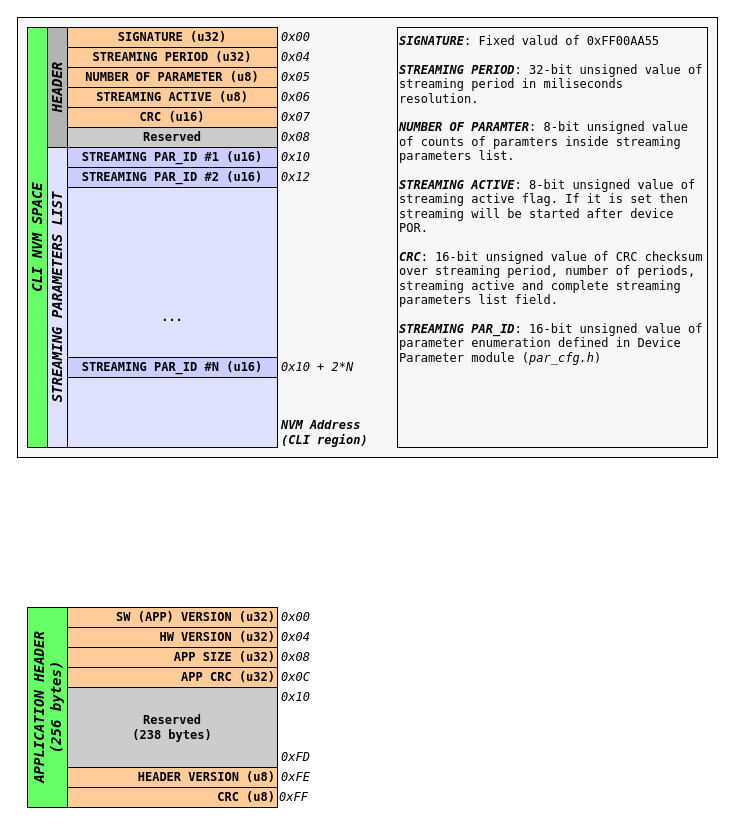
This is doc/Revision_drawings.drawio from GeneralEmbeddedCLibraries/revision, a draw.io file, before an edit. Source tidied: cells renumbered, new cells numbered last; positions are measured from the earlier drawing's top-left corner, leaving out a move shared by most shapes. Both pictures are drawn from the tidied source at 100%, with x=0, y=0 at pixel (17, 17).
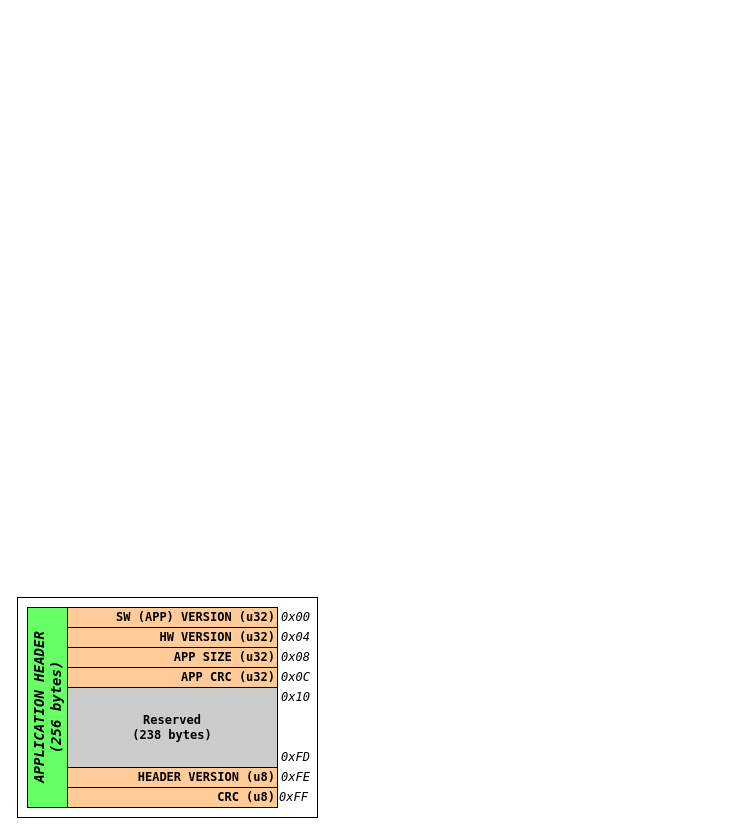
The same diagram, later.

Change to the diagram source:
```diff
@@
-    <mxCell id="2" style="rounded=0;whiteSpace=wrap;html=1;fillColor=#F7F7F7;fontFamily=Lucida Console;" parent="1" vertex="1">
-      <mxGeometry width="700" height="440" as="geometry" />
-    </mxCell>
-    <mxCell id="3" style="rounded=0;whiteSpace=wrap;html=1;strokeWidth=1;fontStyle=1;fontFamily=Lucida Console;" parent="1" vertex="1">
-      <mxGeometry x="50" y="10" width="210" height="420" as="geometry" />
-    </mxCell>
-    <mxCell id="4" value="HEADER" style="rounded=0;whiteSpace=wrap;html=1;strokeWidth=1;horizontal=0;fontStyle=3;fillColor=#B3B3B3;fontSize=14;fontFamily=Lucida Console;" parent="1" vertex="1">
-      <mxGeometry x="30" y="10" width="20" height="120" as="geometry" />
-    </mxCell>
-    <mxCell id="5" value="CLI NVM SPACE" style="rounded=0;whiteSpace=wrap;html=1;strokeWidth=1;horizontal=0;fontStyle=3;fillColor=#66FF66;fontSize=14;fontFamily=Lucida Console;" parent="1" vertex="1">
-      <mxGeometry x="10" y="10" width="20" height="420" as="geometry" />
-    </mxCell>
-    <mxCell id="6" value="STREAMING PARAMETERS LIST" style="rounded=0;whiteSpace=wrap;html=1;strokeWidth=1;horizontal=0;fontStyle=3;fillColor=#E0E0FF;fontSize=14;fontFamily=Lucida Console;" parent="1" vertex="1">
-      <mxGeometry x="30" y="130" width="20" height="300" as="geometry" />
-    </mxCell>
-    <mxCell id="7" value="SIGNATURE (u32)" style="rounded=0;whiteSpace=wrap;html=1;strokeWidth=1;fontFamily=Lucida Console;fillColor=#FFCC99;fontStyle=1;" parent="1" vertex="1">
-      <mxGeometry x="50" y="10" width="210" height="20" as="geometry" />
-    </mxCell>
-    <mxCell id="8" value="STREAMING PERIOD (u32)" style="rounded=0;whiteSpace=wrap;html=1;strokeWidth=1;fontFamily=Lucida Console;fillColor=#FFCC99;fontStyle=1;" parent="1" vertex="1">
-      <mxGeometry x="50" y="30" width="210" height="20" as="geometry" />
-    </mxCell>
-    <mxCell id="9" value="NUMBER OF PARAMETER (u8)" style="rounded=0;whiteSpace=wrap;html=1;strokeWidth=1;fontFamily=Lucida Console;fillColor=#FFCC99;fontStyle=1;" parent="1" vertex="1">
-      <mxGeometry x="50" y="50" width="210" height="20" as="geometry" />
-    </mxCell>
-    <mxCell id="10" value="STREAMING ACTIVE (u8)" style="rounded=0;whiteSpace=wrap;html=1;strokeWidth=1;fontFamily=Lucida Console;fillColor=#FFCC99;fontStyle=1;" parent="1" vertex="1">
-      <mxGeometry x="50" y="70" width="210" height="20" as="geometry" />
-    </mxCell>
-    <mxCell id="11" value="CRC (u16)" style="rounded=0;whiteSpace=wrap;html=1;strokeWidth=1;fontFamily=Lucida Console;fillColor=#FFCC99;fontStyle=1;" parent="1" vertex="1">
-      <mxGeometry x="50" y="90" width="210" height="20" as="geometry" />
-    </mxCell>
-    <mxCell id="12" value="STREAMING PAR_ID #1 (u16)" style="rounded=0;whiteSpace=wrap;html=1;strokeWidth=1;fontFamily=Lucida Console;fillColor=#CCCCFF;fontStyle=1;" parent="1" vertex="1">
-      <mxGeometry x="50" y="130" width="210" height="20" as="geometry" />
-    </mxCell>
-    <mxCell id="13" value="STREAMING PAR_ID #2 (u16)" style="rounded=0;whiteSpace=wrap;html=1;strokeWidth=1;fontFamily=Lucida Console;fillColor=#CCCCFF;fontStyle=1;" parent="1" vertex="1">
-      <mxGeometry x="50" y="150" width="210" height="20" as="geometry" />
-    </mxCell>
-    <mxCell id="14" value="..." style="rounded=0;whiteSpace=wrap;html=1;strokeWidth=1;fontFamily=Lucida Console;fillColor=#E0E0FF;fontStyle=1;" parent="1" vertex="1">
-      <mxGeometry x="50" y="170" width="210" height="260" as="geometry" />
-    </mxCell>
-    <mxCell id="15" value="0x00" style="text;html=1;strokeColor=none;fillColor=none;align=left;verticalAlign=middle;whiteSpace=wrap;rounded=0;strokeWidth=3;fontFamily=Lucida Console;fontStyle=2;" parent="1" vertex="1">
-      <mxGeometry x="262" y="10" width="60" height="20" as="geometry" />
-    </mxCell>
-    <mxCell id="16" value="NVM Address&lt;br&gt;(CLI region)" style="text;html=1;strokeColor=none;fillColor=none;align=left;verticalAlign=middle;whiteSpace=wrap;rounded=0;strokeWidth=3;fontFamily=Lucida Console;fontStyle=3;" parent="1" vertex="1">
-      <mxGeometry x="262" y="400" width="100" height="30" as="geometry" />
-    </mxCell>
-    <mxCell id="17" value="0x04" style="text;html=1;strokeColor=none;fillColor=none;align=left;verticalAlign=middle;whiteSpace=wrap;rounded=0;strokeWidth=3;fontFamily=Lucida Console;fontStyle=2;" parent="1" vertex="1">
-      <mxGeometry x="262" y="30" width="60" height="20" as="geometry" />
-    </mxCell>
-    <mxCell id="18" value="0x05" style="text;html=1;strokeColor=none;fillColor=none;align=left;verticalAlign=middle;whiteSpace=wrap;rounded=0;strokeWidth=3;fontFamily=Lucida Console;fontStyle=2;" parent="1" vertex="1">
-      <mxGeometry x="262" y="50" width="60" height="20" as="geometry" />
-    </mxCell>
-    <mxCell id="19" value="0x06" style="text;html=1;strokeColor=none;fillColor=none;align=left;verticalAlign=middle;whiteSpace=wrap;rounded=0;strokeWidth=3;fontFamily=Lucida Console;fontStyle=2;" parent="1" vertex="1">
-      <mxGeometry x="262" y="70" width="60" height="20" as="geometry" />
-    </mxCell>
-    <mxCell id="20" value="0x07" style="text;html=1;strokeColor=none;fillColor=none;align=left;verticalAlign=middle;whiteSpace=wrap;rounded=0;strokeWidth=3;fontFamily=Lucida Console;fontStyle=2;" parent="1" vertex="1">
-      <mxGeometry x="262" y="90" width="60" height="20" as="geometry" />
-    </mxCell>
-    <mxCell id="21" value="Reserved" style="rounded=0;whiteSpace=wrap;html=1;strokeWidth=1;fontFamily=Lucida Console;fillColor=#CCCCCC;fontStyle=1;" parent="1" vertex="1">
-      <mxGeometry x="50" y="110" width="210" height="20" as="geometry" />
-    </mxCell>
-    <mxCell id="22" value="0x08" style="text;html=1;strokeColor=none;fillColor=none;align=left;verticalAlign=middle;whiteSpace=wrap;rounded=0;strokeWidth=3;fontFamily=Lucida Console;fontStyle=2;" parent="1" vertex="1">
-      <mxGeometry x="262" y="110" width="60" height="20" as="geometry" />
-    </mxCell>
-    <mxCell id="23" value="0x10" style="text;html=1;strokeColor=none;fillColor=none;align=left;verticalAlign=middle;whiteSpace=wrap;rounded=0;strokeWidth=3;fontFamily=Lucida Console;fontStyle=2;" parent="1" vertex="1">
-      <mxGeometry x="262" y="130" width="60" height="20" as="geometry" />
-    </mxCell>
-    <mxCell id="24" value="0x12" style="text;html=1;strokeColor=none;fillColor=none;align=left;verticalAlign=middle;whiteSpace=wrap;rounded=0;strokeWidth=3;fontFamily=Lucida Console;fontStyle=2;" parent="1" vertex="1">
-      <mxGeometry x="262" y="150" width="60" height="20" as="geometry" />
-    </mxCell>
-    <mxCell id="25" value="STREAMING PAR_ID #N (u16)" style="rounded=0;whiteSpace=wrap;html=1;strokeWidth=1;fontFamily=Lucida Console;fillColor=#CCCCFF;fontStyle=1;" parent="1" vertex="1">
-      <mxGeometry x="50" y="340" width="210" height="20" as="geometry" />
-    </mxCell>
-    <mxCell id="26" value="0x10 + 2*N" style="text;html=1;strokeColor=none;fillColor=none;align=left;verticalAlign=middle;whiteSpace=wrap;rounded=0;strokeWidth=3;fontFamily=Lucida Console;fontStyle=2;" parent="1" vertex="1">
-      <mxGeometry x="262" y="340" width="108" height="20" as="geometry" />
-    </mxCell>
-    <mxCell id="27" value="&lt;i&gt;&lt;b&gt;SIGNATURE&lt;/b&gt;&lt;/i&gt;: Fixed valud of 0xFF00AA55&lt;br&gt;&lt;br&gt;&lt;b&gt;&lt;i&gt;STREAMING PERIOD&lt;/i&gt;&lt;/b&gt;: 32-bit unsigned value of streaming period in miliseconds resolution.&lt;br&gt;&lt;br&gt;&lt;b&gt;&lt;i&gt;NUMBER OF PARAMTER&lt;/i&gt;&lt;/b&gt;: 8-bit unsigned value of counts of paramters inside streaming parameters list.&lt;br&gt;&lt;br&gt;&lt;b&gt;&lt;i&gt;STREAMING ACTIVE&lt;/i&gt;&lt;/b&gt;: 8-bit unsigned value of streaming active flag. If it is set then streaming will be started after device POR.&lt;br&gt;&lt;br&gt;&lt;b&gt;&lt;i&gt;CRC&lt;/i&gt;&lt;/b&gt;: 16-bit unsigned value of CRC checksum over streaming period, number of periods, streaming active and complete streaming parameters list field.&lt;br&gt;&lt;br&gt;&lt;b&gt;&lt;i&gt;STREAMING PAR_ID&lt;/i&gt;&lt;/b&gt;: 16-bit unsigned value of parameter enumeration defined in Device Parameter module (&lt;i&gt;par_cfg.h&lt;/i&gt;)" style="text;html=1;strokeColor=default;fillColor=none;align=left;verticalAlign=top;whiteSpace=wrap;rounded=0;strokeWidth=1;fontFamily=Lucida Console;" parent="1" vertex="1">
-      <mxGeometry x="380" y="10" width="310" height="420" as="geometry" />
-    </mxCell>
+    <mxCell id="44" style="rounded=0;whiteSpace=wrap;html=1;" parent="1" vertex="1">
+      <mxGeometry y="580" width="300" height="220" as="geometry" />
+    </mxCell>
@@
     <mxCell id="33" value="0x00" style="text;html=1;strokeColor=none;fillColor=none;align=left;verticalAlign=middle;whiteSpace=wrap;rounded=0;strokeWidth=3;fontFamily=Lucida Console;fontStyle=2;" parent="1" vertex="1">
-      <mxGeometry x="262" y="590" width="60" height="20" as="geometry" />
+      <mxGeometry x="262" y="590" width="38" height="20" as="geometry" />
     </mxCell>
     <mxCell id="34" value="0x04" style="text;html=1;strokeColor=none;fillColor=none;align=left;verticalAlign=middle;whiteSpace=wrap;rounded=0;strokeWidth=3;fontFamily=Lucida Console;fontStyle=2;" parent="1" vertex="1">
-      <mxGeometry x="262" y="610" width="60" height="20" as="geometry" />
+      <mxGeometry x="262" y="610" width="38" height="20" as="geometry" />
     </mxCell>
     <mxCell id="35" value="0x08" style="text;html=1;strokeColor=none;fillColor=none;align=left;verticalAlign=middle;whiteSpace=wrap;rounded=0;strokeWidth=3;fontFamily=Lucida Console;fontStyle=2;" parent="1" vertex="1">
-      <mxGeometry x="262" y="630" width="60" height="20" as="geometry" />
+      <mxGeometry x="262" y="630" width="38" height="20" as="geometry" />
     </mxCell>
     <mxCell id="36" value="0x0C" style="text;html=1;strokeColor=none;fillColor=none;align=left;verticalAlign=middle;whiteSpace=wrap;rounded=0;strokeWidth=3;fontFamily=Lucida Console;fontStyle=2;" parent="1" vertex="1">
-      <mxGeometry x="262" y="650" width="60" height="20" as="geometry" />
+      <mxGeometry x="262" y="650" width="38" height="20" as="geometry" />
     </mxCell>
@@
     <mxCell id="38" value="0xFF" style="text;html=1;strokeColor=none;fillColor=none;align=left;verticalAlign=middle;whiteSpace=wrap;rounded=0;strokeWidth=3;fontFamily=Lucida Console;fontStyle=2;" parent="1" vertex="1">
-      <mxGeometry x="260" y="770" width="60" height="20" as="geometry" />
+      <mxGeometry x="260" y="770" width="40" height="20" as="geometry" />
     </mxCell>
@@
     <mxCell id="41" value="0xFE" style="text;html=1;strokeColor=none;fillColor=none;align=left;verticalAlign=middle;whiteSpace=wrap;rounded=0;strokeWidth=3;fontFamily=Lucida Console;fontStyle=2;" parent="1" vertex="1">
-      <mxGeometry x="262" y="750" width="60" height="20" as="geometry" />
+      <mxGeometry x="262" y="750" width="38" height="20" as="geometry" />
     </mxCell>
     <mxCell id="42" value="0x10" style="text;html=1;strokeColor=none;fillColor=none;align=left;verticalAlign=middle;whiteSpace=wrap;rounded=0;strokeWidth=3;fontFamily=Lucida Console;fontStyle=2;" parent="1" vertex="1">
-      <mxGeometry x="262" y="670" width="60" height="20" as="geometry" />
+      <mxGeometry x="262" y="670" width="38" height="20" as="geometry" />
     </mxCell>
     <mxCell id="43" value="0xFD" style="text;html=1;strokeColor=none;fillColor=none;align=left;verticalAlign=middle;whiteSpace=wrap;rounded=0;strokeWidth=3;fontFamily=Lucida Console;fontStyle=2;" parent="1" vertex="1">
-      <mxGeometry x="262" y="730" width="60" height="20" as="geometry" />
+      <mxGeometry x="262" y="730" width="38" height="20" as="geometry" />
     </mxCell>
```
